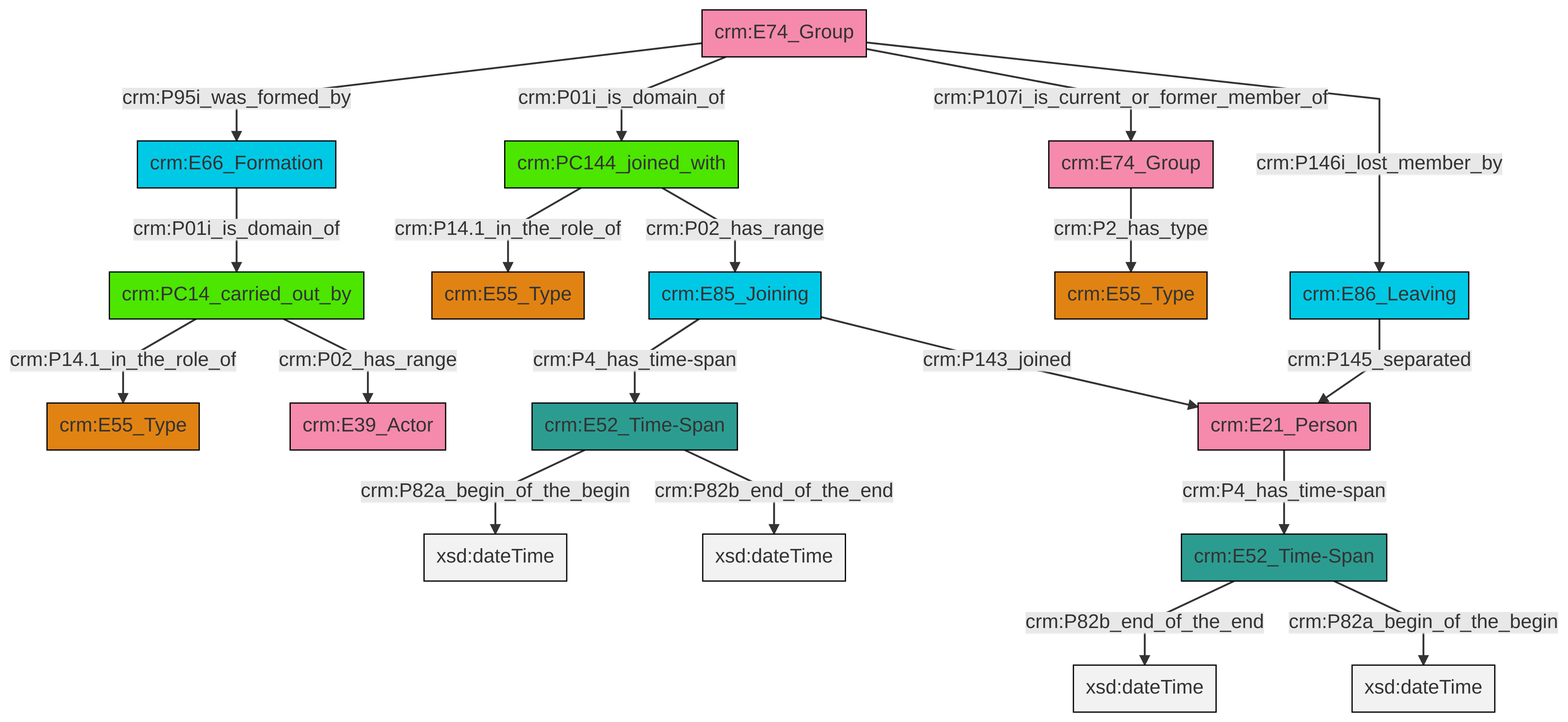
Before: et/groupCSV/ttl/mmd/png/group_actor_relations.png, a diagram exported from Mermaid (swiss-art-research-net/docs.swissartresearch). Its source is kept beside it as et/groupCSV/ttl/mmd/group_actor_relations.ttl.mmd.
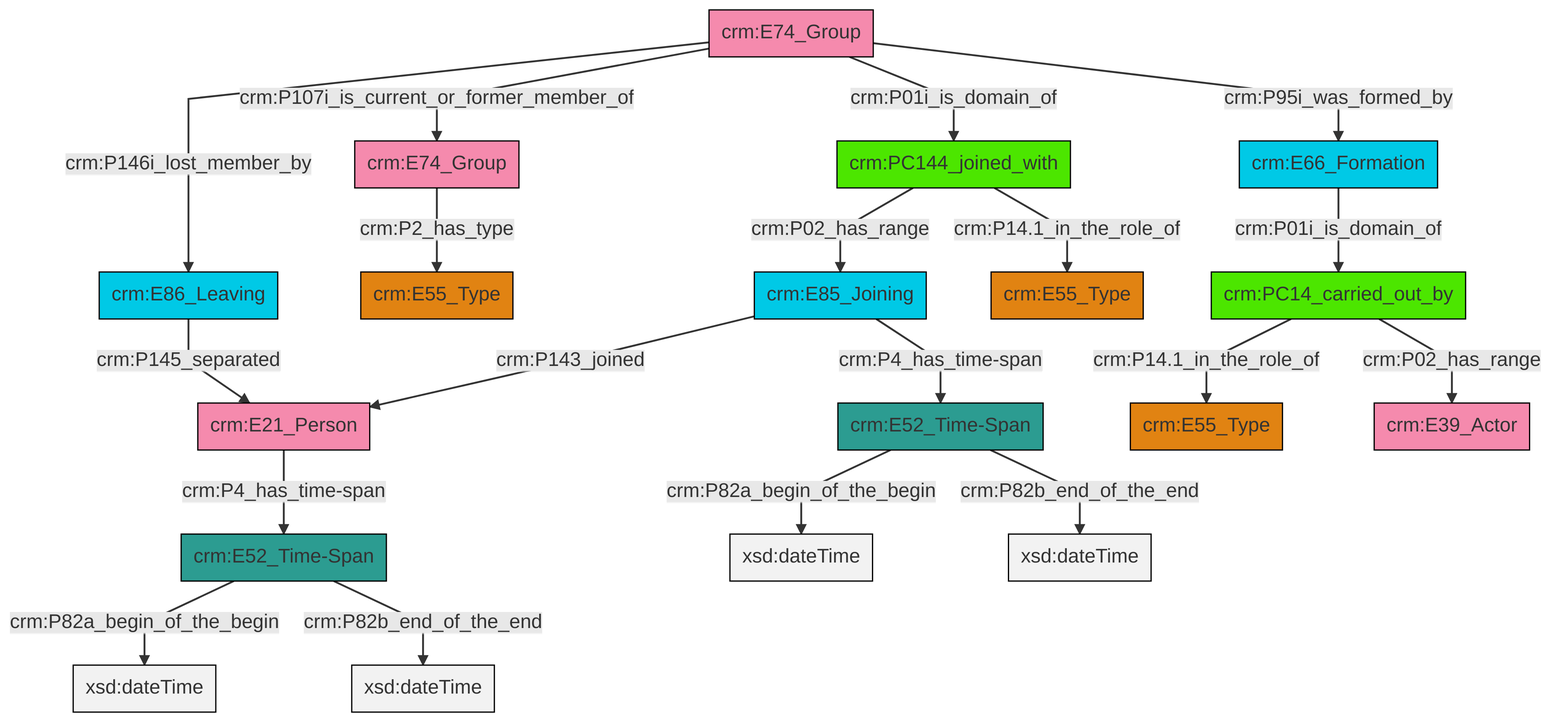
Later version of the same file.

What changed in the source:
```diff
@@ -13,21 +13,21 @@
 classDef PC_Classes fill:#4ce600, stroke:#000000;
 classDef Multi fill:#cccccc,stroke:#000000;
 
-0["crm:E86_Leaving"]:::Temporal_Entity -->|crm:P145_separated| 1["crm:E21_Person"]:::Actor
-2["crm:E52_Time-Span"]:::Time-Span -->|crm:P82a_begin_of_the_begin| 3[xsd:dateTime]:::Literal
-6["crm:PC144_joined_with"]:::PC_Classes -->|crm:P14.1_in_the_role_of| 7["crm:E55_Type"]:::Type
-2["crm:E52_Time-Span"]:::Time-Span -->|crm:P82b_end_of_the_end| 8[xsd:dateTime]:::Literal
-11["crm:E52_Time-Span"]:::Time-Span -->|crm:P82b_end_of_the_end| 12[xsd:dateTime]:::Literal
-17["crm:E85_Joining"]:::Temporal_Entity -->|crm:P4_has_time-span| 2["crm:E52_Time-Span"]:::Time-Span
-11["crm:E52_Time-Span"]:::Time-Span -->|crm:P82a_begin_of_the_begin| 18[xsd:dateTime]:::Literal
-17["crm:E85_Joining"]:::Temporal_Entity -->|crm:P143_joined| 1["crm:E21_Person"]:::Actor
-13["crm:E74_Group"]:::Actor -->|crm:P95i_was_formed_by| 19["crm:E66_Formation"]:::Temporal_Entity
-22["crm:PC14_carried_out_by"]:::PC_Classes -->|crm:P14.1_in_the_role_of| 4["crm:E55_Type"]:::Type
-1["crm:E21_Person"]:::Actor -->|crm:P4_has_time-span| 11["crm:E52_Time-Span"]:::Time-Span
-13["crm:E74_Group"]:::Actor -->|crm:P01i_is_domain_of| 6["crm:PC144_joined_with"]:::PC_Classes
-13["crm:E74_Group"]:::Actor -->|crm:P107i_is_current_or_former_member_of| 9["crm:E74_Group"]:::Actor
-6["crm:PC144_joined_with"]:::PC_Classes -->|crm:P02_has_range| 17["crm:E85_Joining"]:::Temporal_Entity
-9["crm:E74_Group"]:::Actor -->|crm:P2_has_type| 15["crm:E55_Type"]:::Type
-22["crm:PC14_carried_out_by"]:::PC_Classes -->|crm:P02_has_range| 33["crm:E39_Actor"]:::Actor
-19["crm:E66_Formation"]:::Temporal_Entity -->|crm:P01i_is_domain_of| 22["crm:PC14_carried_out_by"]:::PC_Classes
-13["crm:E74_Group"]:::Actor -->|crm:P146i_lost_member_by| 0["crm:E86_Leaving"]:::Temporal_Entity
+2["crm:E74_Group"]:::Actor -->|crm:P146i_lost_member_by| 0["crm:E86_Leaving"]:::Temporal_Entity
+2["crm:E74_Group"]:::Actor -->|crm:P107i_is_current_or_former_member_of| 3["crm:E74_Group"]:::Actor
+4["crm:E52_Time-Span"]:::Time-Span -->|crm:P82a_begin_of_the_begin| 5[xsd:dateTime]:::Literal
+17["crm:E85_Joining"]:::Temporal_Entity -->|crm:P143_joined| 11["crm:E21_Person"]:::Actor
+4["crm:E52_Time-Span"]:::Time-Span -->|crm:P82b_end_of_the_end| 18[xsd:dateTime]:::Literal
+20["crm:PC14_carried_out_by"]:::PC_Classes -->|crm:P14.1_in_the_role_of| 21["crm:E55_Type"]:::Type
+22["crm:PC144_joined_with"]:::PC_Classes -->|crm:P02_has_range| 17["crm:E85_Joining"]:::Temporal_Entity
+23["crm:E52_Time-Span"]:::Time-Span -->|crm:P82a_begin_of_the_begin| 24[xsd:dateTime]:::Literal
+2["crm:E74_Group"]:::Actor -->|crm:P01i_is_domain_of| 22["crm:PC144_joined_with"]:::PC_Classes
+3["crm:E74_Group"]:::Actor -->|crm:P2_has_type| 15["crm:E55_Type"]:::Type
+13["crm:E66_Formation"]:::Temporal_Entity -->|crm:P01i_is_domain_of| 20["crm:PC14_carried_out_by"]:::PC_Classes
+23["crm:E52_Time-Span"]:::Time-Span -->|crm:P82b_end_of_the_end| 29[xsd:dateTime]:::Literal
+20["crm:PC14_carried_out_by"]:::PC_Classes -->|crm:P02_has_range| 9["crm:E39_Actor"]:::Actor
+17["crm:E85_Joining"]:::Temporal_Entity -->|crm:P4_has_time-span| 23["crm:E52_Time-Span"]:::Time-Span
+2["crm:E74_Group"]:::Actor -->|crm:P95i_was_formed_by| 13["crm:E66_Formation"]:::Temporal_Entity
+11["crm:E21_Person"]:::Actor -->|crm:P4_has_time-span| 4["crm:E52_Time-Span"]:::Time-Span
+22["crm:PC144_joined_with"]:::PC_Classes -->|crm:P14.1_in_the_role_of| 6["crm:E55_Type"]:::Type
+0["crm:E86_Leaving"]:::Temporal_Entity -->|crm:P145_separated| 11["crm:E21_Person"]:::Actor
```
